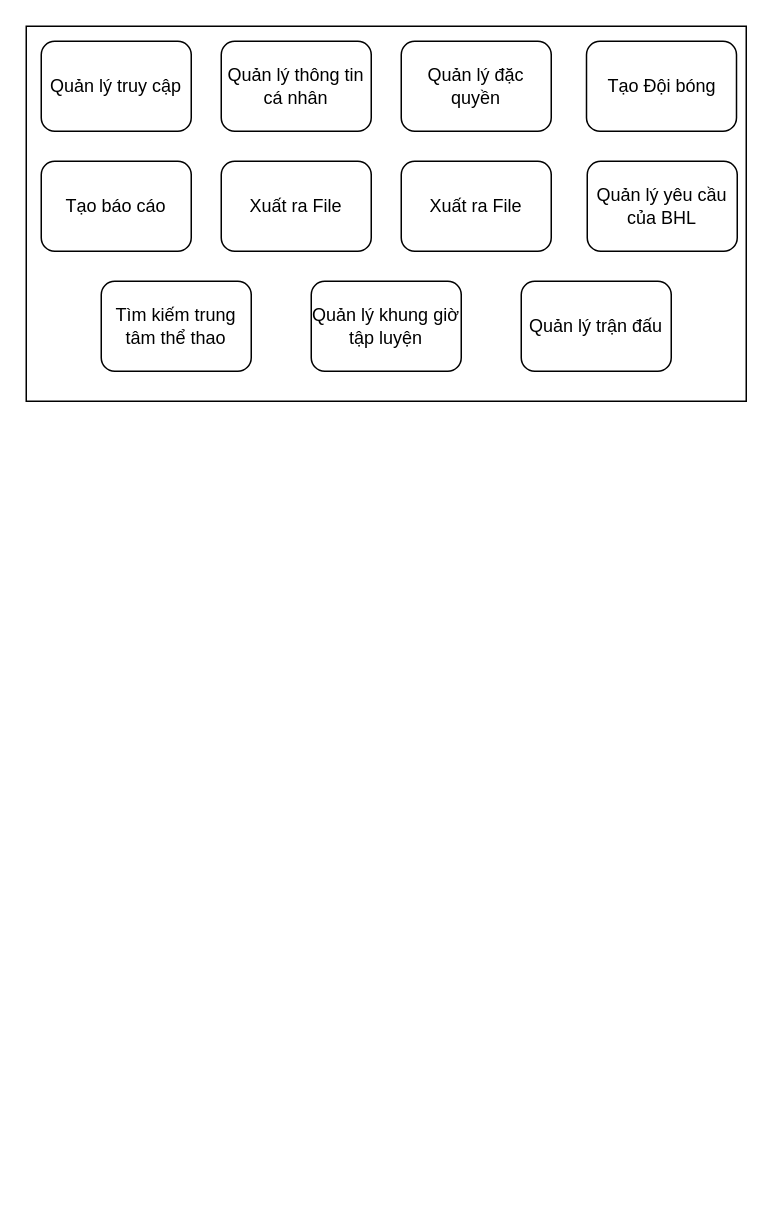
kieuvantuyen01/testGit keeps this draw.io diagram as OverallArchitecture.drawio. Above is the earlier version. Source tidied: cells renumbered, new cells numbered last; positions are measured from the earlier drawing's top-left corner, leaving out a move shared by most shapes. Both pictures are drawn from the tidied source at 150%, with x=0, y=0 at pixel (26, 26).
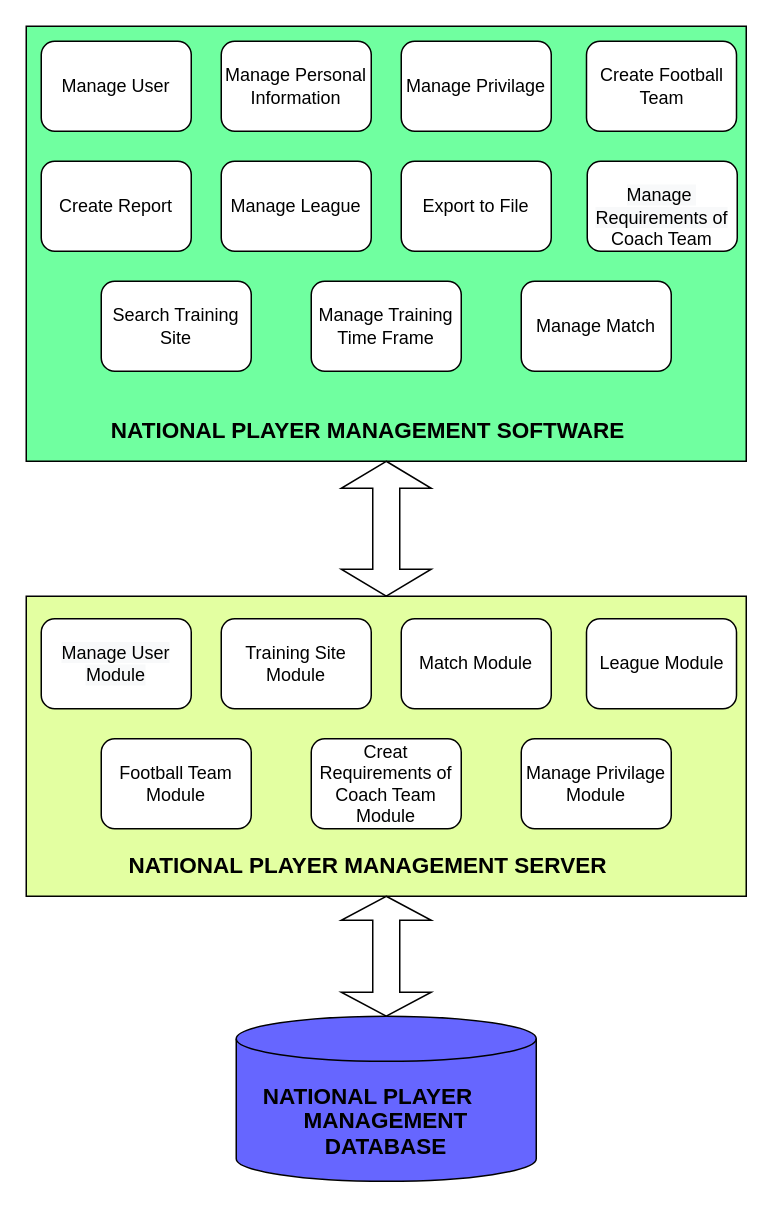
The same page after the edit.

Diff of the diagram source:
```diff
@@
-    <mxCell id="2" style="rounded=0;whiteSpace=wrap;html=1;" parent="1" vertex="1">
-      <mxGeometry width="480" height="250" as="geometry" />
+    <mxCell id="2" style="rounded=0;whiteSpace=wrap;html=1;labelBackgroundColor=#70A0FF;fillColor=#70FFA0;" parent="1" vertex="1">
+      <mxGeometry width="480" height="290" as="geometry" />
     </mxCell>
-    <mxCell id="3" value="Quản lý truy cập" style="rounded=1;whiteSpace=wrap;html=1;" parent="1" vertex="1">
+    <mxCell id="3" value="Manage User" style="rounded=1;whiteSpace=wrap;html=1;" parent="1" vertex="1">
       <mxGeometry x="10" y="10" width="100" height="60" as="geometry" />
     </mxCell>
-    <mxCell id="4" value="Quản lý thông tin cá nhân" style="rounded=1;whiteSpace=wrap;html=1;" parent="1" vertex="1">
+    <mxCell id="4" value="Manage Personal&lt;br&gt;Information" style="rounded=1;whiteSpace=wrap;html=1;" parent="1" vertex="1">
       <mxGeometry x="130" y="10" width="100" height="60" as="geometry" />
     </mxCell>
-    <mxCell id="5" value="Quản lý đặc quyền" style="rounded=1;whiteSpace=wrap;html=1;" parent="1" vertex="1">
+    <mxCell id="5" value="Manage Privilage" style="rounded=1;whiteSpace=wrap;html=1;" parent="1" vertex="1">
       <mxGeometry x="250" y="10" width="100" height="60" as="geometry" />
     </mxCell>
-    <mxCell id="6" value="Tạo Đội bóng" style="rounded=1;whiteSpace=wrap;html=1;" parent="1" vertex="1">
+    <mxCell id="6" value="Create Football Team" style="rounded=1;whiteSpace=wrap;html=1;" parent="1" vertex="1">
       <mxGeometry x="373.5" y="10" width="100" height="60" as="geometry" />
     </mxCell>
-    <mxCell id="7" value="Tìm kiếm trung tâm thể thao" style="rounded=1;whiteSpace=wrap;html=1;" parent="1" vertex="1">
+    <mxCell id="7" value="Search Training Site" style="rounded=1;whiteSpace=wrap;html=1;" parent="1" vertex="1">
       <mxGeometry x="50" y="170" width="100" height="60" as="geometry" />
     </mxCell>
-    <mxCell id="8" value="Quản lý khung giờ tập luyện" style="rounded=1;whiteSpace=wrap;html=1;" parent="1" vertex="1">
+    <mxCell id="8" value="Manage Training Time Frame" style="rounded=1;whiteSpace=wrap;html=1;" parent="1" vertex="1">
       <mxGeometry x="190" y="170" width="100" height="60" as="geometry" />
     </mxCell>
-    <mxCell id="9" value="Tạo báo cáo" style="rounded=1;whiteSpace=wrap;html=1;" parent="1" vertex="1">
+    <mxCell id="9" value="Create Report" style="rounded=1;whiteSpace=wrap;html=1;" parent="1" vertex="1">
       <mxGeometry x="10" y="90" width="100" height="60" as="geometry" />
     </mxCell>
-    <mxCell id="10" value="Xuất ra File" style="rounded=1;whiteSpace=wrap;html=1;" parent="1" vertex="1">
+    <mxCell id="10" value="&lt;span&gt;Manage League&lt;/span&gt;" style="rounded=1;whiteSpace=wrap;html=1;" parent="1" vertex="1">
       <mxGeometry x="130" y="90" width="100" height="60" as="geometry" />
     </mxCell>
-    <mxCell id="11" value="Quản lý yêu cầu của BHL" style="rounded=1;whiteSpace=wrap;html=1;" parent="1" vertex="1">
+    <mxCell id="11" value="&lt;br&gt;&lt;span style=&quot;color: rgb(0 , 0 , 0) ; font-family: &amp;#34;helvetica&amp;#34; ; font-size: 12px ; font-style: normal ; font-weight: 400 ; letter-spacing: normal ; text-align: center ; text-indent: 0px ; text-transform: none ; word-spacing: 0px ; background-color: rgb(248 , 249 , 250) ; display: inline ; float: none&quot;&gt;Manage&lt;span&gt;&amp;nbsp;&lt;br&gt;Requirements of&lt;br&gt;&lt;/span&gt;&lt;/span&gt;Coach Team&lt;br&gt;" style="rounded=1;whiteSpace=wrap;html=1;" parent="1" vertex="1">
       <mxGeometry x="374" y="90" width="100" height="60" as="geometry" />
     </mxCell>
-    <mxCell id="12" value="Xuất ra File" style="rounded=1;whiteSpace=wrap;html=1;" parent="1" vertex="1">
+    <mxCell id="12" value="Export to File" style="rounded=1;whiteSpace=wrap;html=1;" parent="1" vertex="1">
       <mxGeometry x="250" y="90" width="100" height="60" as="geometry" />
     </mxCell>
-    <mxCell id="13" value="Quản lý trận đấu" style="rounded=1;whiteSpace=wrap;html=1;" parent="1" vertex="1">
+    <mxCell id="13" value="&lt;span&gt;Manage Match&lt;/span&gt;" style="rounded=1;whiteSpace=wrap;html=1;" parent="1" vertex="1">
       <mxGeometry x="330" y="170" width="100" height="60" as="geometry" />
     </mxCell>
+    <mxCell id="14" style="rounded=0;whiteSpace=wrap;html=1;fillColor=#E3FFA1;" parent="1" vertex="1">
+      <mxGeometry y="380" width="480" height="200" as="geometry" />
+    </mxCell>
+    <mxCell id="15" value="Training Site Module" style="rounded=1;whiteSpace=wrap;html=1;" parent="1" vertex="1">
+      <mxGeometry x="130" y="395" width="100" height="60" as="geometry" />
+    </mxCell>
+    <mxCell id="16" value="&lt;span style=&quot;color: rgb(0 , 0 , 0) ; font-family: &amp;#34;helvetica&amp;#34; ; font-size: 12px ; font-style: normal ; font-weight: 400 ; letter-spacing: normal ; text-align: center ; text-indent: 0px ; text-transform: none ; word-spacing: 0px ; background-color: rgb(248 , 249 , 250) ; display: inline ; float: none&quot;&gt;Manage User Module&lt;/span&gt;" style="rounded=1;whiteSpace=wrap;html=1;" parent="1" vertex="1">
+      <mxGeometry x="10" y="395" width="100" height="60" as="geometry" />
+    </mxCell>
+    <mxCell id="17" value="Match Module" style="rounded=1;whiteSpace=wrap;html=1;" parent="1" vertex="1">
+      <mxGeometry x="250" y="395" width="100" height="60" as="geometry" />
+    </mxCell>
+    <mxCell id="18" value="League Module" style="rounded=1;whiteSpace=wrap;html=1;" parent="1" vertex="1">
+      <mxGeometry x="373.5" y="395" width="100" height="60" as="geometry" />
+    </mxCell>
+    <mxCell id="19" value="Football Team Module" style="rounded=1;whiteSpace=wrap;html=1;" parent="1" vertex="1">
+      <mxGeometry x="50" y="475" width="100" height="60" as="geometry" />
+    </mxCell>
+    <mxCell id="20" value="Creat Requirements of Coach Team Module" style="rounded=1;whiteSpace=wrap;html=1;" parent="1" vertex="1">
+      <mxGeometry x="190" y="475" width="100" height="60" as="geometry" />
+    </mxCell>
+    <mxCell id="21" value="Manage Privilage&lt;br&gt;Module" style="rounded=1;whiteSpace=wrap;html=1;" parent="1" vertex="1">
+      <mxGeometry x="330" y="475" width="100" height="60" as="geometry" />
+    </mxCell>
+    <mxCell id="22" value="&lt;p class=&quot;MsoListParagraph&quot; style=&quot;text-indent: -0.25in ; line-height: 107% ; font-size: 15px&quot;&gt;NATIONAL PLAYER MANAGEMENT SOFTWARE&lt;br style=&quot;font-size: 15px&quot;&gt;&lt;span style=&quot;font-size: 15px&quot;&gt;&lt;/span&gt;&lt;/p&gt;" style="text;html=1;strokeColor=none;fillColor=none;align=center;verticalAlign=middle;whiteSpace=wrap;rounded=0;fontStyle=1;fontSize=15;" parent="1" vertex="1">
+      <mxGeometry x="75" y="260" width="330" height="20" as="geometry" />
+    </mxCell>
+    <mxCell id="23" value="&lt;p class=&quot;MsoListParagraph&quot; style=&quot;text-indent: -0.25in ; line-height: 107% ; font-size: 15px&quot;&gt;NATIONAL PLAYER MANAGEMENT SERVER&lt;br style=&quot;font-size: 15px&quot;&gt;&lt;span style=&quot;font-size: 15px&quot;&gt;&lt;/span&gt;&lt;/p&gt;" style="text;html=1;strokeColor=none;fillColor=none;align=center;verticalAlign=middle;whiteSpace=wrap;rounded=0;fontStyle=1;fontSize=15;" parent="1" vertex="1">
+      <mxGeometry x="75" y="550" width="330" height="20" as="geometry" />
+    </mxCell>
+    <mxCell id="24" style="shape=cylinder3;whiteSpace=wrap;html=1;boundedLbl=1;backgroundOutline=1;size=15;fontSize=15;fillColor=#6666FF;" parent="1" vertex="1">
+      <mxGeometry x="140" y="660" width="200" height="110" as="geometry" />
+    </mxCell>
+    <mxCell id="25" value="&lt;p class=&quot;MsoListParagraph&quot; style=&quot;text-indent: -0.25in ; line-height: 107% ; font-size: 15px&quot;&gt;NATIONAL PLAYER MANAGEMENT DATABASE&lt;br style=&quot;font-size: 15px&quot;&gt;&lt;span style=&quot;font-size: 15px&quot;&gt;&lt;/span&gt;&lt;/p&gt;" style="text;html=1;strokeColor=none;fillColor=none;align=center;verticalAlign=middle;whiteSpace=wrap;rounded=0;fontStyle=1;fontSize=15;" parent="1" vertex="1">
+      <mxGeometry x="150" y="720" width="180" height="20" as="geometry" />
+    </mxCell>
+    <mxCell id="26" style="shape=doubleArrow;direction=south;whiteSpace=wrap;html=1;fontSize=15;" parent="1" vertex="1">
+      <mxGeometry x="210" y="580" width="60" height="80" as="geometry" />
+    </mxCell>
+    <mxCell id="27" style="shape=doubleArrow;direction=south;whiteSpace=wrap;html=1;fontSize=15;" parent="1" vertex="1">
+      <mxGeometry x="210" y="290" width="60" height="90" as="geometry" />
+    </mxCell>
```
